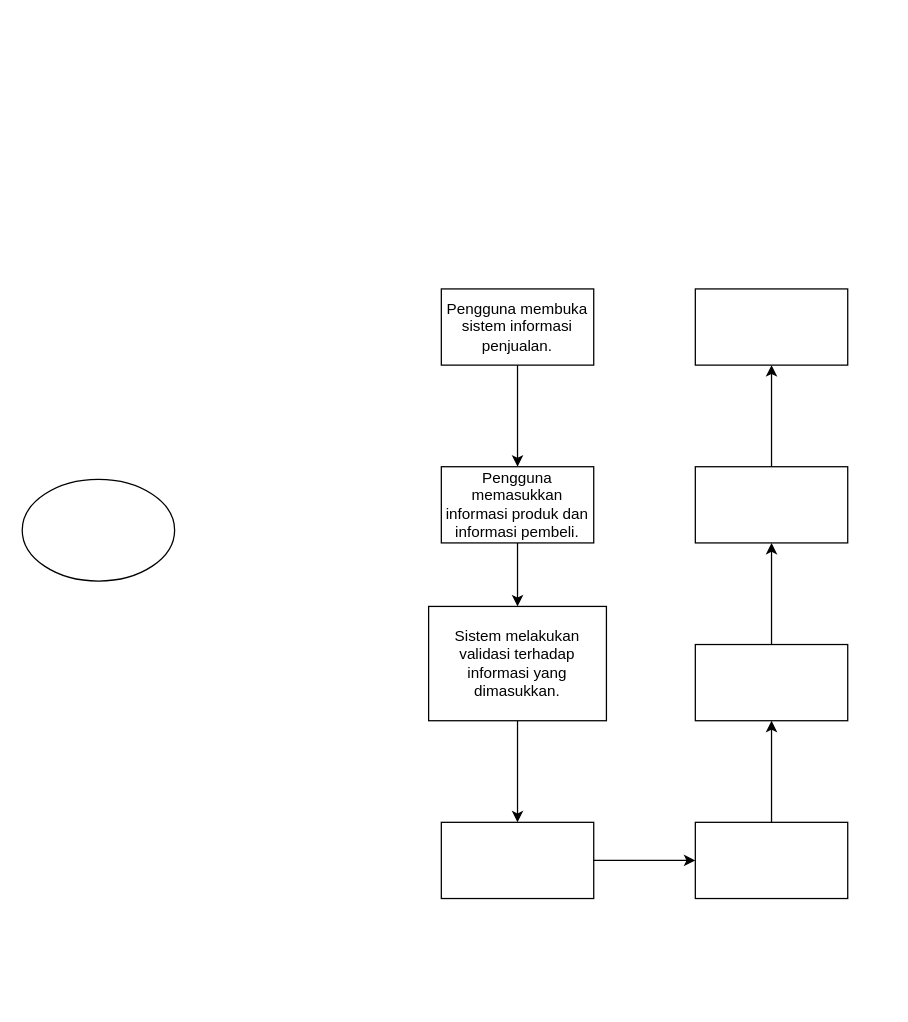
The draw.io diagram storage/Untitled Diagram.drawio in Dekte/storage, before the edit. Source tidied: cells renumbered, new cells numbered last; positions are measured from the earlier drawing's top-left corner, leaving out a move shared by most shapes. Both pictures are drawn from the tidied source at 127%, with x=0, y=0 at pixel (22, 288).
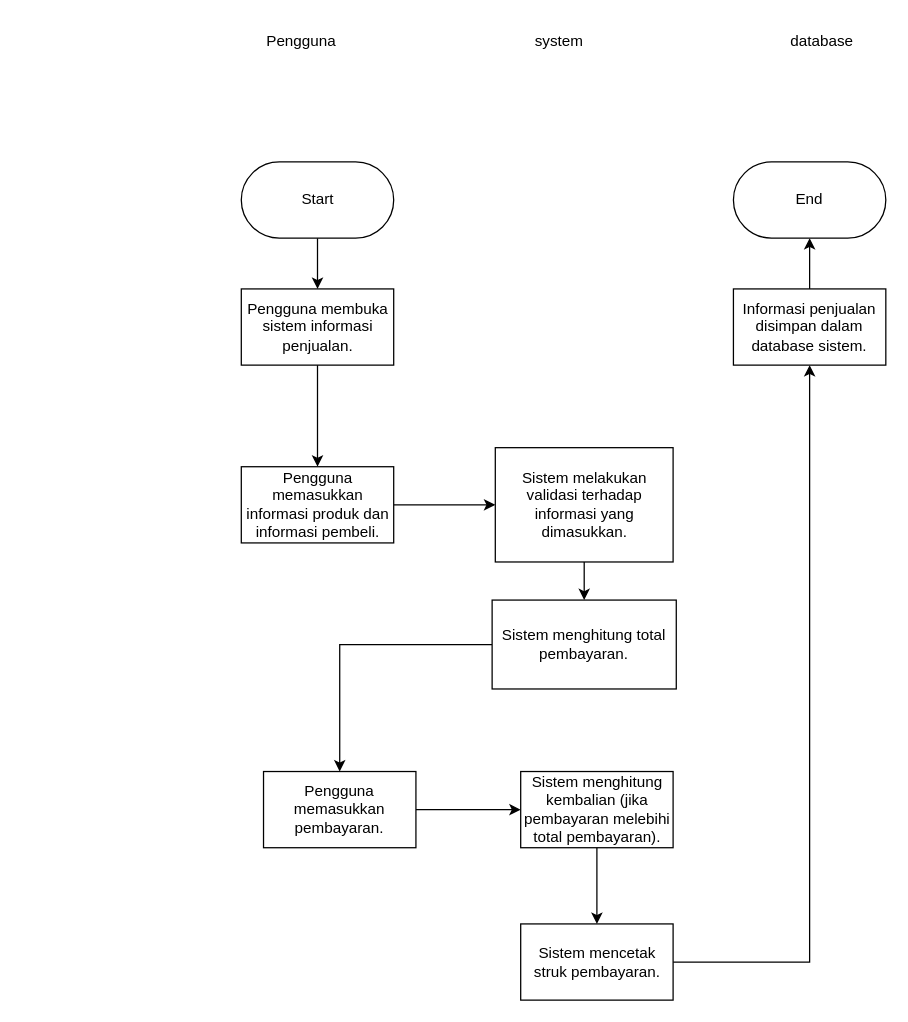
Above is the later version.

What changed in the source:
```diff
@@
     <mxCell id="3" value="Pengguna membuka sistem informasi penjualan." style="rounded=0;whiteSpace=wrap;html=1;" parent="1" vertex="1">
-      <mxGeometry x="330" width="120" height="60" as="geometry" />
+      <mxGeometry x="172.5" width="120" height="60" as="geometry" />
     </mxCell>
@@
     <mxCell id="5" value="Pengguna memasukkan informasi produk dan informasi pembeli." style="rounded=0;whiteSpace=wrap;html=1;" parent="1" vertex="1">
-      <mxGeometry x="330" y="140" width="120" height="60" as="geometry" />
+      <mxGeometry x="172.5" y="140" width="120" height="60" as="geometry" />
     </mxCell>
@@
     <mxCell id="7" value="Sistem melakukan validasi terhadap informasi yang dimasukkan." style="rounded=0;whiteSpace=wrap;html=1;" parent="1" vertex="1">
-      <mxGeometry x="320" y="250" width="140" height="90" as="geometry" />
+      <mxGeometry x="372.5" y="125" width="140" height="90" as="geometry" />
     </mxCell>
@@
-    <mxCell id="9" style="rounded=0;whiteSpace=wrap;html=1;" parent="1" vertex="1">
-      <mxGeometry x="330" y="420" width="120" height="60" as="geometry" />
+    <mxCell id="9" value=" Sistem menghitung total pembayaran." style="rounded=0;whiteSpace=wrap;html=1;" parent="1" vertex="1">
+      <mxGeometry x="370" y="245" width="145" height="70" as="geometry" />
     </mxCell>
@@
-    <mxCell id="11" style="rounded=0;whiteSpace=wrap;html=1;" parent="1" vertex="1">
-      <mxGeometry x="530" y="420" width="120" height="60" as="geometry" />
+    <mxCell id="11" value=" Pengguna memasukkan pembayaran." style="rounded=0;whiteSpace=wrap;html=1;" parent="1" vertex="1">
+      <mxGeometry x="190" y="380" width="120" height="60" as="geometry" />
     </mxCell>
@@
-    <mxCell id="13" style="rounded=0;whiteSpace=wrap;html=1;" parent="1" vertex="1">
-      <mxGeometry x="530" y="280" width="120" height="60" as="geometry" />
+    <mxCell id="13" value="Sistem menghitung kembalian (jika pembayaran melebihi total pembayaran)." style="rounded=0;whiteSpace=wrap;html=1;" parent="1" vertex="1">
+      <mxGeometry x="392.5" y="380" width="120" height="60" as="geometry" />
     </mxCell>
@@
-    <mxCell id="15" style="rounded=0;whiteSpace=wrap;html=1;" parent="1" vertex="1">
-      <mxGeometry x="530" y="140" width="120" height="60" as="geometry" />
+    <mxCell id="15" value="Sistem mencetak struk pembayaran." style="rounded=0;whiteSpace=wrap;html=1;" parent="1" vertex="1">
+      <mxGeometry x="392.5" y="500" width="120" height="60" as="geometry" />
     </mxCell>
+    <mxCell id="18" style="edgeStyle=orthogonalEdgeStyle;rounded=0;jettySize=auto;html=1;" parent="1" edge="1" source="16" target="21">
+      <mxGeometry relative="1" as="geometry" />
+    </mxCell>
-    <mxCell id="16" style="rounded=0;whiteSpace=wrap;html=1;" parent="1" vertex="1">
-      <mxGeometry x="530" width="120" height="60" as="geometry" />
+    <mxCell id="16" value="Informasi penjualan disimpan dalam database sistem." style="rounded=0;whiteSpace=wrap;html=1;" parent="1" vertex="1">
+      <mxGeometry x="560" width="120" height="60" as="geometry" />
     </mxCell>
-    <mxCell id="17" style="ellipse;whiteSpace=wrap;html=1;" parent="1" vertex="1">
-      <mxGeometry y="150" width="120" height="80" as="geometry" />
-    </mxCell>
+    <mxCell id="19" style="edgeStyle=orthogonalEdgeStyle;rounded=0;jettySize=auto;html=1;" parent="1" edge="1" source="20" target="3">
+      <mxGeometry relative="1" as="geometry" />
+    </mxCell>
+    <mxCell id="20" value="Start" style="rounded=1;whiteSpace=wrap;html=1;arcSize=50;" parent="1" vertex="1">
+      <mxGeometry x="172.5" y="-100" width="120" height="60" as="geometry" />
+    </mxCell>
+    <mxCell id="21" value="End" style="rounded=1;whiteSpace=wrap;html=1;arcSize=50;" parent="1" vertex="1">
+      <mxGeometry x="560" y="-100" width="120" height="60" as="geometry" />
+    </mxCell>
+    <mxCell id="22" value="Pengguna" style="text;html=1;strokeColor=none;fillColor=none;align=center;verticalAlign=middle;whiteSpace=wrap;rounded=0;" parent="1" vertex="1">
+      <mxGeometry x="190" y="-210" width="60" height="30" as="geometry" />
+    </mxCell>
+    <mxCell id="23" value="system" style="text;html=1;strokeColor=none;fillColor=none;align=center;verticalAlign=middle;whiteSpace=wrap;rounded=0;" parent="1" vertex="1">
+      <mxGeometry x="392.5" y="-210" width="60" height="30" as="geometry" />
+    </mxCell>
+    <mxCell id="24" value="database" style="text;html=1;strokeColor=none;fillColor=none;align=center;verticalAlign=middle;whiteSpace=wrap;rounded=0;" parent="1" vertex="1">
+      <mxGeometry x="600" y="-210" width="60" height="30" as="geometry" />
+    </mxCell>
```
